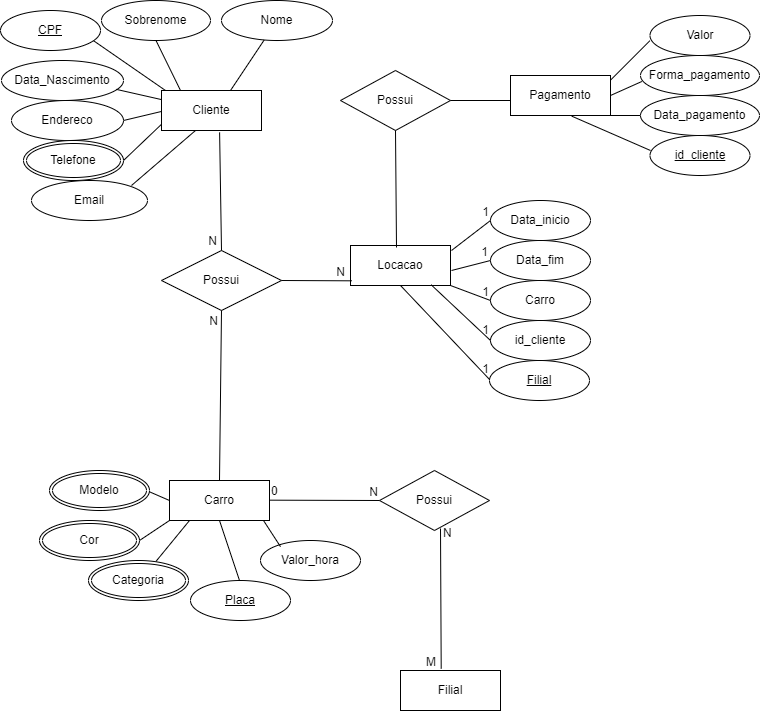
Above: Mapa_BD1.drawio.png in Kelly-Prone/diagramas (draw.io), before the change. Source tidied: cells renumbered, new cells last; positions are measured from the earlier drawing's top-left corner, leaving out a move shared by most shapes.
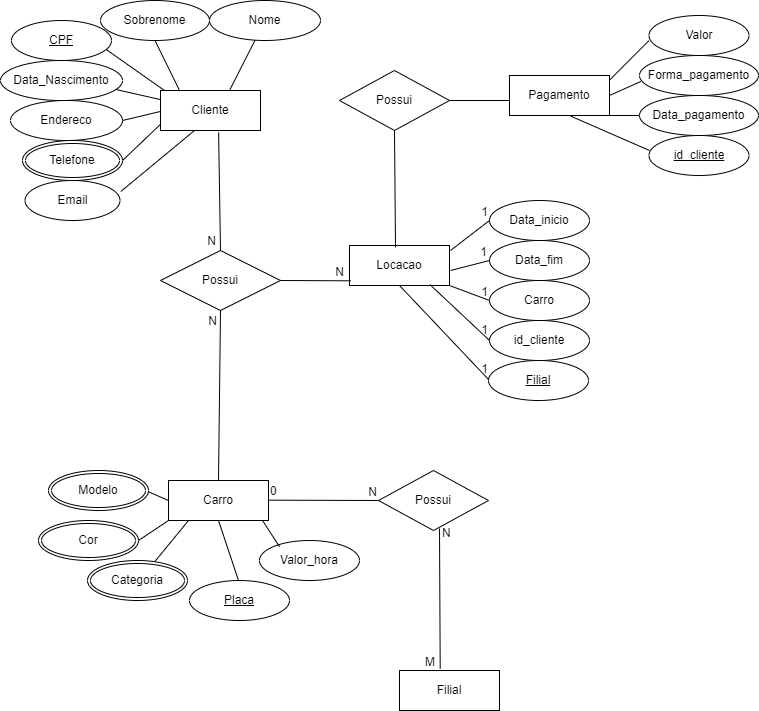
Above is the later version.

Diff of the diagram source:
```diff
@@ -12,10 +12,10 @@
       <mxGeometry x="11" y="100" width="112" height="40" as="geometry" />
     </mxCell>
     <mxCell id="5" value="Nome" style="ellipse;whiteSpace=wrap;html=1;labelBackgroundColor=none;rounded=0;" parent="1" vertex="1">
-      <mxGeometry x="221" width="111" height="40" as="geometry" />
+      <mxGeometry x="210" width="111" height="40" as="geometry" />
     </mxCell>
     <mxCell id="6" value="Email" style="ellipse;whiteSpace=wrap;html=1;labelBackgroundColor=none;rounded=0;" parent="1" vertex="1">
-      <mxGeometry x="31" y="180" width="116" height="40" as="geometry" />
+      <mxGeometry x="25.5" y="180" width="95" height="40" as="geometry" />
     </mxCell>
     <mxCell id="7" style="endArrow=none;html=1;rounded=0;labelBackgroundColor=none;fontColor=default;" parent="1" edge="1" target="5">
       <mxGeometry relative="1" as="geometry">
@@ -27,9 +27,8 @@
         <mxPoint x="180" y="90" as="sourcePoint" />
       </mxGeometry>
     </mxCell>
-    <mxCell id="9" style="endArrow=none;html=1;rounded=0;entryX=0.25;entryY=1;entryDx=0;entryDy=0;labelBackgroundColor=none;fontColor=default;" parent="1" edge="1">
+    <mxCell id="9" style="endArrow=none;html=1;rounded=0;entryX=0.25;entryY=1;entryDx=0;entryDy=0;labelBackgroundColor=none;fontColor=default;exitX=1.009;exitY=0.275;exitDx=0;exitDy=0;exitPerimeter=0;" parent="1" edge="1" source="6">
       <mxGeometry relative="1" as="geometry">
-        <mxPoint x="131" y="185" as="sourcePoint" />
         <mxPoint x="195" y="130" as="targetPoint" />
       </mxGeometry>
     </mxCell>
@@ -39,10 +38,9 @@
         <mxPoint x="165" y="120" as="targetPoint" />
       </mxGeometry>
     </mxCell>
-    <mxCell id="11" style="endArrow=none;html=1;rounded=0;entryX=0.95;entryY=0.763;entryDx=0;entryDy=0;entryPerimeter=0;labelBackgroundColor=none;fontColor=default;exitX=0;exitY=0;exitDx=0;exitDy=0;" parent="1" edge="1">
+    <mxCell id="11" style="endArrow=none;html=1;rounded=0;entryX=0.947;entryY=0.725;entryDx=0;entryDy=0;entryPerimeter=0;labelBackgroundColor=none;fontColor=default;exitX=0;exitY=0;exitDx=0;exitDy=0;" parent="1" edge="1" target="17">
       <mxGeometry relative="1" as="geometry">
         <mxPoint x="165" y="90" as="sourcePoint" />
-        <mxPoint x="93.5" y="40.5" as="targetPoint" />
       </mxGeometry>
     </mxCell>
     <mxCell id="12" style="endArrow=none;html=1;rounded=0;entryX=0;entryY=0.5;entryDx=0;entryDy=0;labelBackgroundColor=none;fontColor=default;" parent="1" edge="1">
@@ -66,7 +64,7 @@
       <mxGeometry x="23" y="140" width="100" height="40" as="geometry" />
     </mxCell>
     <mxCell id="17" value="CPF" style="ellipse;whiteSpace=wrap;html=1;align=center;fontStyle=4;" parent="1" vertex="1">
-      <mxGeometry y="10" width="100" height="40" as="geometry" />
+      <mxGeometry x="12" y="20" width="100" height="40" as="geometry" />
     </mxCell>
     <mxCell id="18" value="Possui" style="shape=rhombus;perimeter=rhombusPerimeter;whiteSpace=wrap;html=1;align=center;" parent="1" vertex="1">
       <mxGeometry x="161" y="250" width="120" height="60" as="geometry" />
```
